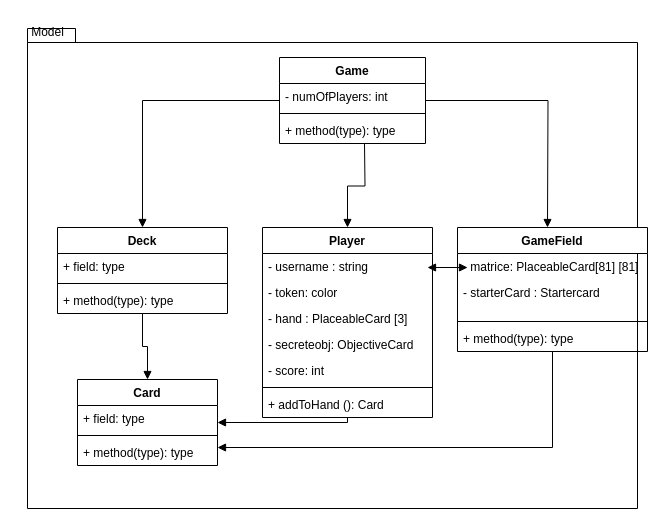
Above: page "ServerModel" (4 of 10) of Deliveries/UML.drawio in EliaDallanoce432/IS24-LB08 (draw.io), before the change. Source tidied: cells renumbered, new cells numbered last; positions are measured from the earlier drawing's top-left corner, leaving out a move shared by most shapes. Both pictures are drawn from the tidied source at 100%, with x=0, y=0 at pixel (17, 17).
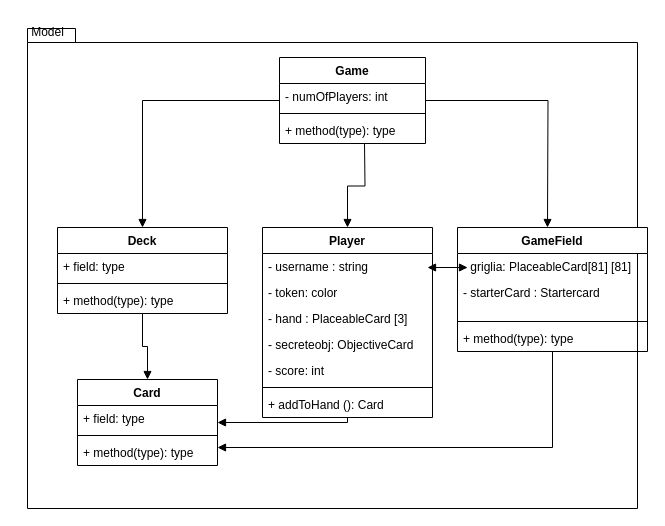
The same diagram, later.

The change refers to these unchanged cells:
```xml
<mxCell id="11" value="GameField" style="swimlane;fontStyle=1;align=center;verticalAlign=top;horizontal=1;startSize=26;whiteSpace=wrap;html=1;" parent="1" vertex="1">
  <mxGeometry x="440" y="210" width="190" height="124" as="geometry" />
</mxCell>
```

Diff of the diagram source:
```diff
@@
-    <mxCell id="12" value="- matrice: PlaceableCard[81] [81]" style="text;strokeColor=none;fillColor=none;align=left;verticalAlign=top;spacingLeft=4;spacingRight=4;overflow=hidden;whiteSpace=wrap;html=1;" parent="11" vertex="1">
+    <mxCell id="12" value="- griglia: PlaceableCard[81] [81]" style="text;strokeColor=none;fillColor=none;align=left;verticalAlign=top;spacingLeft=4;spacingRight=4;overflow=hidden;whiteSpace=wrap;html=1;" parent="11" vertex="1">
       <mxGeometry y="26" width="190" height="26" as="geometry" />
     </mxCell>
```
